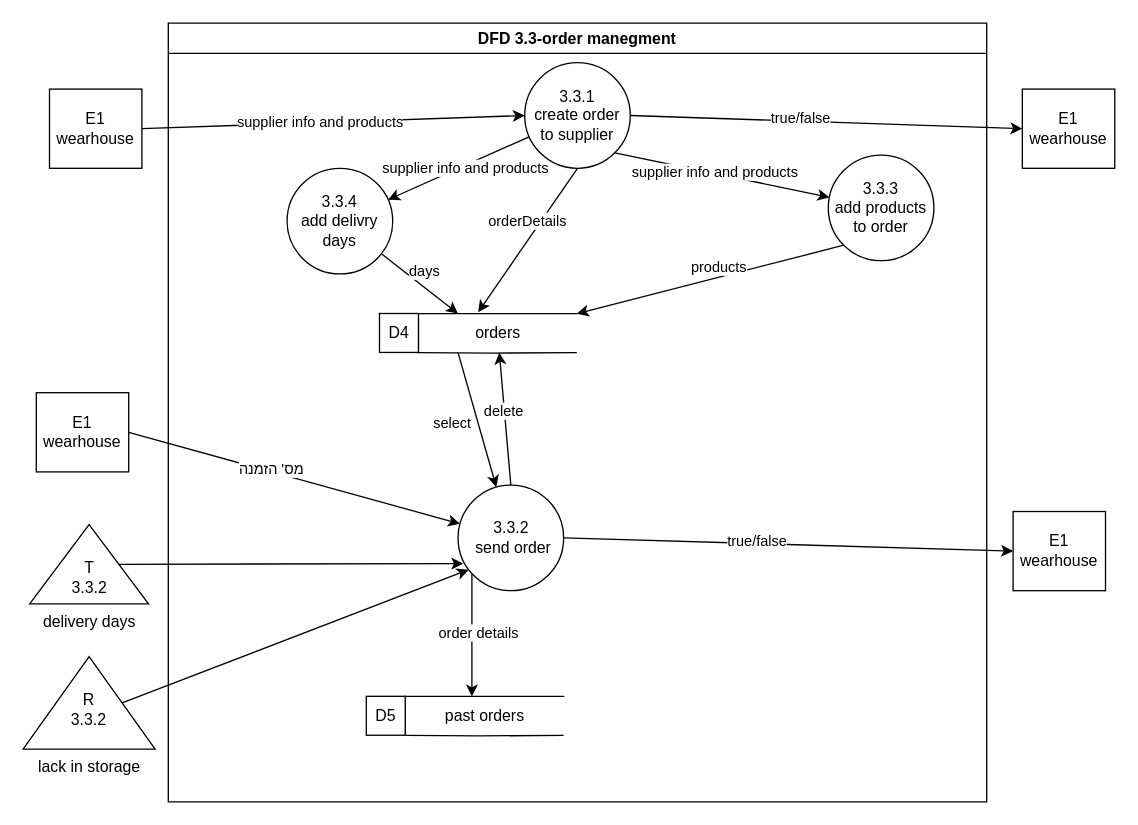
Naveavra/Market keeps this draw.io diagram as page "dfd3.3" (4 of 4) of docs/DFD/DFD3_Supplier.drawio. Above is the earlier version. Source tidied: cells renumbered, new cells numbered last; positions are measured from the earlier drawing's top-left corner, leaving out a move shared by most shapes. Both pictures are drawn from the tidied source at 132%, with x=0, y=0 at pixel (22, 22).
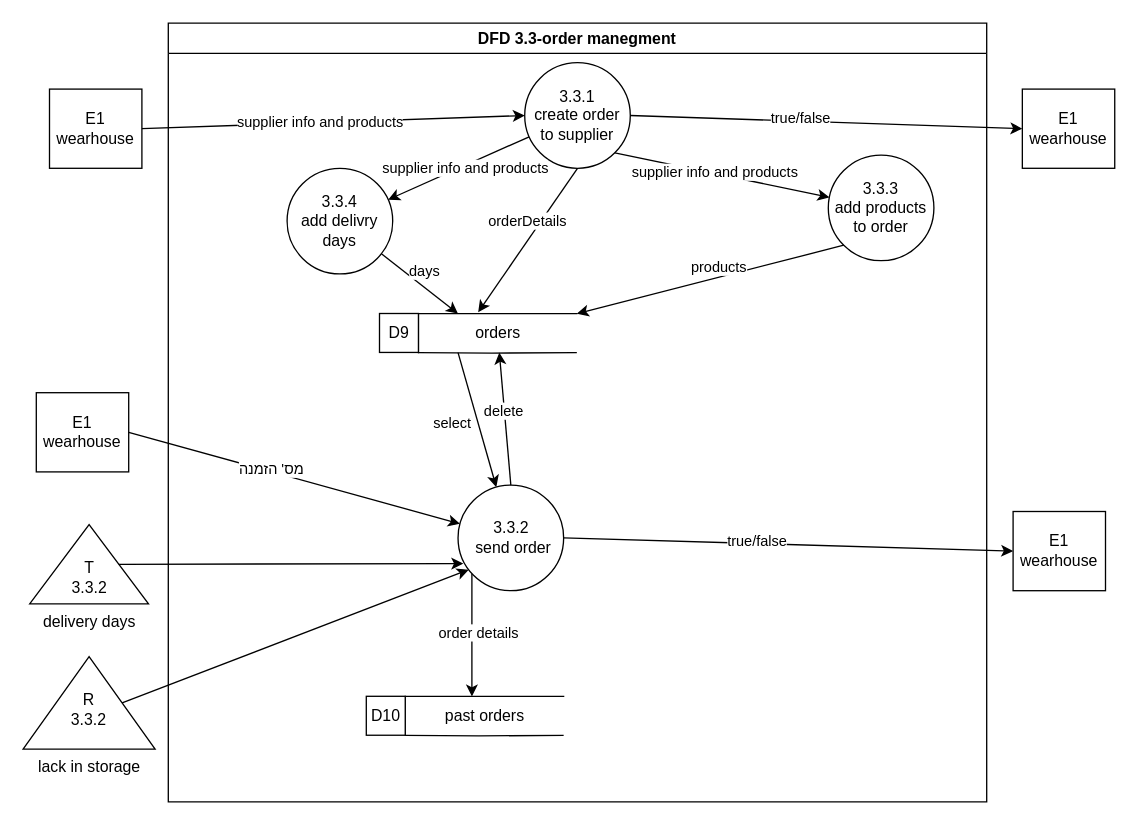
The same page after the edit.

Unchanged cells that the change refers to:
```xml
<mxCell id="23" style="group;" parent="2" vertex="1">
  <mxGeometry x="160" y="220" width="149.5" height="29.6" as="geometry" />
</mxCell>
<mxCell id="27" style="group;" parent="2" vertex="1">
  <mxGeometry x="150" y="510" width="149.5" height="29.6" as="geometry" />
</mxCell>
```

Change to the diagram source:
```diff
@@
-    <mxCell id="26" value="D4" style="whiteSpace=wrap;html=1;" parent="23" vertex="1">
+    <mxCell id="26" value="D9" style="whiteSpace=wrap;html=1;" parent="23" vertex="1">
       <mxGeometry width="29.5" height="29.5" as="geometry" />
     </mxCell>
@@
-    <mxCell id="30" value="D5" style="whiteSpace=wrap;html=1;" parent="27" vertex="1">
+    <mxCell id="30" value="D10" style="whiteSpace=wrap;html=1;" parent="27" vertex="1">
       <mxGeometry width="29.5" height="29.5" as="geometry" />
     </mxCell>
```
